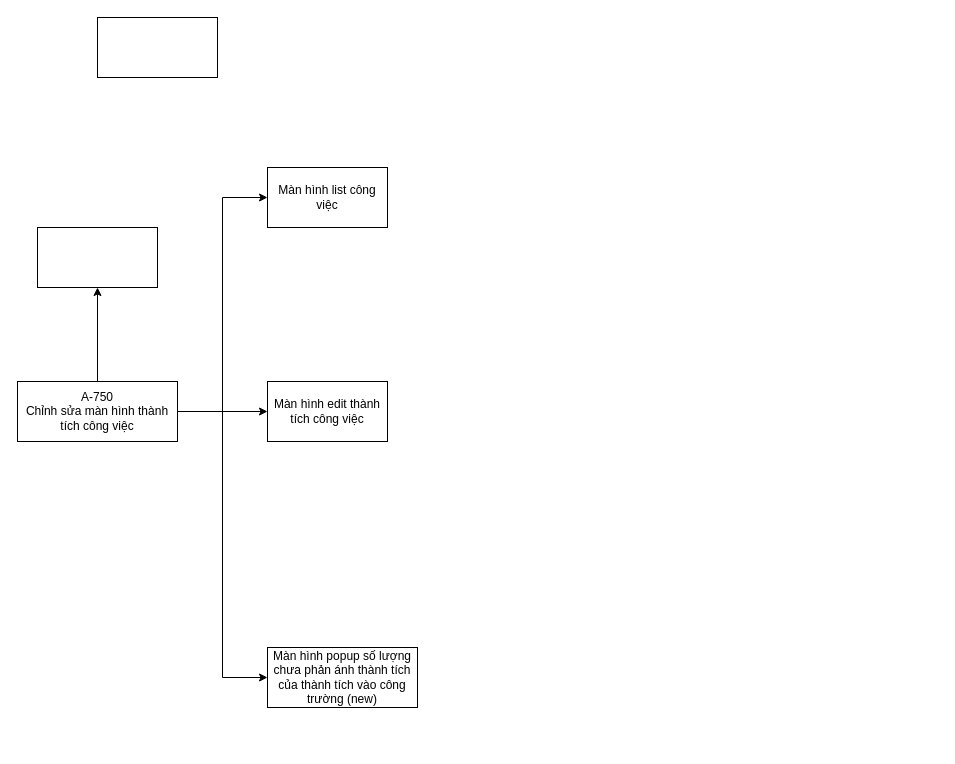
Before: page "A-750" (2 of 6) of Biểu đồ không có tiêu đề.drawio in hoangpn256/diagram, a draw.io diagram. Source tidied: cells renumbered, new cells numbered last; positions are measured from the earlier drawing's top-left corner, leaving out a move shared by most shapes. Both pictures are drawn from the tidied source at 100%, with x=0, y=0 at pixel (17, 17).
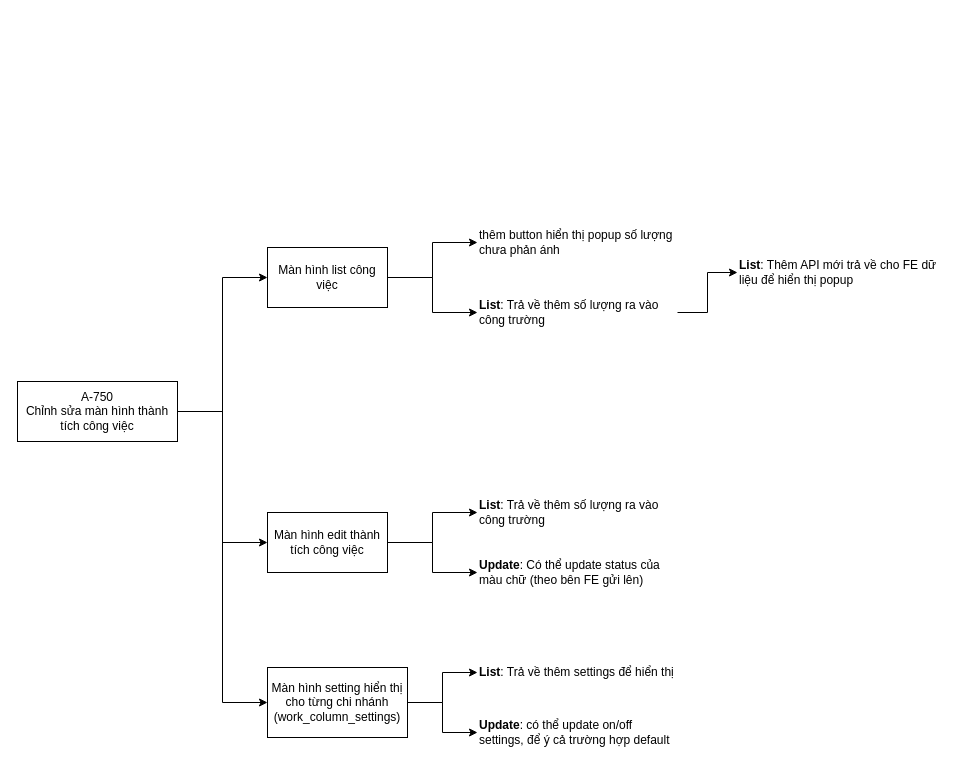
Above is the later version.

The change refers to these unchanged cells:
```xml
<mxCell id="6" value="A-750&lt;br&gt;Chỉnh sửa màn hình thành tích công việc" style="rounded=0;whiteSpace=wrap;html=1;" parent="1" vertex="1">
  <mxGeometry y="364" width="160" height="60" as="geometry" />
</mxCell>
```

The edit, as a diff of the source:
```diff
@@
-    <mxCell id="2" style="edgeStyle=orthogonalEdgeStyle;rounded=0;jettySize=auto;html=1;exitX=0.5;exitY=0;exitDx=0;exitDy=0;entryX=0.5;entryY=1;entryDx=0;entryDy=0;" parent="1" edge="1" source="6" target="7">
-      <mxGeometry relative="1" as="geometry" />
-    </mxCell>
@@
-    <mxCell id="5" style="edgeStyle=orthogonalEdgeStyle;rounded=0;jettySize=auto;html=1;exitX=1;exitY=0.5;exitDx=0;exitDy=0;entryX=0;entryY=0.5;entryDx=0;entryDy=0;" parent="1" edge="1" source="6" target="11">
-      <mxGeometry relative="1" as="geometry" />
-    </mxCell>
+    <mxCell id="12" style="edgeStyle=orthogonalEdgeStyle;rounded=0;jettySize=auto;html=1;exitX=1;exitY=0.5;exitDx=0;exitDy=0;entryX=0;entryY=0.5;entryDx=0;entryDy=0;" parent="1" edge="1" source="6" target="25">
+      <mxGeometry relative="1" as="geometry" />
+    </mxCell>
@@
-    <mxCell id="7" style="rounded=0;whiteSpace=wrap;html=1;" parent="1" vertex="1">
-      <mxGeometry x="20" y="210" width="120" height="60" as="geometry" />
-    </mxCell>
+    <mxCell id="13" style="edgeStyle=orthogonalEdgeStyle;rounded=0;jettySize=auto;html=1;exitX=1;exitY=0.5;exitDx=0;exitDy=0;entryX=0;entryY=0.5;entryDx=0;entryDy=0;" parent="1" edge="1" source="8" target="17">
+      <mxGeometry relative="1" as="geometry" />
+    </mxCell>
+    <mxCell id="14" style="edgeStyle=orthogonalEdgeStyle;rounded=0;jettySize=auto;html=1;exitX=1;exitY=0.5;exitDx=0;exitDy=0;entryX=0;entryY=0.5;entryDx=0;entryDy=0;" parent="1" edge="1" source="8" target="19">
+      <mxGeometry relative="1" as="geometry" />
+    </mxCell>
     <mxCell id="8" value="Màn hình list công việc" style="rounded=0;whiteSpace=wrap;html=1;" parent="1" vertex="1">
-      <mxGeometry x="250" y="150" width="120" height="60" as="geometry" />
+      <mxGeometry x="250" y="230" width="120" height="60" as="geometry" />
     </mxCell>
-    <mxCell id="9" style="rounded=0;whiteSpace=wrap;html=1;" parent="1" vertex="1">
-      <mxGeometry x="80" width="120" height="60" as="geometry" />
-    </mxCell>
+    <mxCell id="15" style="edgeStyle=orthogonalEdgeStyle;rounded=0;jettySize=auto;html=1;exitX=1;exitY=0.5;exitDx=0;exitDy=0;entryX=0;entryY=0.5;entryDx=0;entryDy=0;" parent="1" edge="1" source="10" target="20">
+      <mxGeometry relative="1" as="geometry" />
+    </mxCell>
+    <mxCell id="16" style="edgeStyle=orthogonalEdgeStyle;rounded=0;jettySize=auto;html=1;exitX=1;exitY=0.5;exitDx=0;exitDy=0;" parent="1" edge="1" source="10" target="21">
+      <mxGeometry relative="1" as="geometry" />
+    </mxCell>
     <mxCell id="10" value="Màn hình edit thành tích công việc" style="rounded=0;whiteSpace=wrap;html=1;" parent="1" vertex="1">
-      <mxGeometry x="250" y="364" width="120" height="60" as="geometry" />
+      <mxGeometry x="250" y="495" width="120" height="60" as="geometry" />
     </mxCell>
-    <mxCell id="11" value="Màn hình popup số lượng chưa phản ánh thành tích của thành tích vào công trường (new)" style="rounded=0;whiteSpace=wrap;html=1;" parent="1" vertex="1">
-      <mxGeometry x="250" y="630" width="150" height="60" as="geometry" />
-    </mxCell>
+    <mxCell id="17" value="thêm button hiển thị popup số lượng chưa phản ánh" style="text;html=1;strokeColor=none;fillColor=none;align=left;verticalAlign=middle;whiteSpace=wrap;rounded=0;" parent="1" vertex="1">
+      <mxGeometry x="460" y="210" width="210" height="30" as="geometry" />
+    </mxCell>
+    <mxCell id="18" style="edgeStyle=orthogonalEdgeStyle;rounded=0;jettySize=auto;html=1;exitX=1;exitY=0.5;exitDx=0;exitDy=0;entryX=0;entryY=0.5;entryDx=0;entryDy=0;" parent="1" edge="1" source="19" target="22">
+      <mxGeometry relative="1" as="geometry" />
+    </mxCell>
+    <mxCell id="19" value="&lt;b&gt;List&lt;/b&gt;: Trả về thêm số lượng ra vào công trường" style="text;html=1;strokeColor=none;fillColor=none;align=left;verticalAlign=middle;whiteSpace=wrap;rounded=0;" parent="1" vertex="1">
+      <mxGeometry x="460" y="280" width="200" height="30" as="geometry" />
+    </mxCell>
+    <mxCell id="20" value="&lt;b&gt;List&lt;/b&gt;: Trả về thêm số lượng ra vào công trường" style="text;html=1;strokeColor=none;fillColor=none;align=left;verticalAlign=middle;whiteSpace=wrap;rounded=0;" parent="1" vertex="1">
+      <mxGeometry x="460" y="480" width="200" height="30" as="geometry" />
+    </mxCell>
+    <mxCell id="21" value="&lt;b&gt;Update&lt;/b&gt;: Có thể update status của màu chữ (theo bên FE gửi lên)" style="text;html=1;strokeColor=none;fillColor=none;align=left;verticalAlign=middle;whiteSpace=wrap;rounded=0;" parent="1" vertex="1">
+      <mxGeometry x="460" y="540" width="200" height="30" as="geometry" />
+    </mxCell>
+    <mxCell id="22" value="&lt;b&gt;List&lt;/b&gt;: Thêm API mới trả về cho FE dữ liệu để hiển thị popup" style="text;html=1;strokeColor=none;fillColor=none;align=left;verticalAlign=middle;whiteSpace=wrap;rounded=0;" parent="1" vertex="1">
+      <mxGeometry x="720" y="240" width="200" height="30" as="geometry" />
+    </mxCell>
+    <mxCell id="23" style="edgeStyle=orthogonalEdgeStyle;rounded=0;jettySize=auto;html=1;exitX=1;exitY=0.5;exitDx=0;exitDy=0;" parent="1" edge="1" source="25" target="26">
+      <mxGeometry relative="1" as="geometry" />
+    </mxCell>
+    <mxCell id="24" style="edgeStyle=orthogonalEdgeStyle;rounded=0;jettySize=auto;html=1;exitX=1;exitY=0.5;exitDx=0;exitDy=0;" parent="1" edge="1" source="25" target="27">
+      <mxGeometry relative="1" as="geometry" />
+    </mxCell>
+    <mxCell id="25" value="Màn hình setting hiển thị cho từng chi nhánh (work_column_settings)" style="rounded=0;whiteSpace=wrap;html=1;" parent="1" vertex="1">
+      <mxGeometry x="250" y="650" width="140" height="70" as="geometry" />
+    </mxCell>
+    <mxCell id="26" value="&lt;b&gt;List&lt;/b&gt;: Trả về thêm settings để hiển thị" style="text;html=1;strokeColor=none;fillColor=none;align=left;verticalAlign=middle;whiteSpace=wrap;rounded=0;" parent="1" vertex="1">
+      <mxGeometry x="460" y="640" width="200" height="30" as="geometry" />
+    </mxCell>
+    <mxCell id="27" value="&lt;b&gt;Update&lt;/b&gt;: có thể update on/off settings, để ý cả trường hợp default" style="text;html=1;strokeColor=none;fillColor=none;align=left;verticalAlign=middle;whiteSpace=wrap;rounded=0;" parent="1" vertex="1">
+      <mxGeometry x="460" y="700" width="200" height="30" as="geometry" />
+    </mxCell>
```
